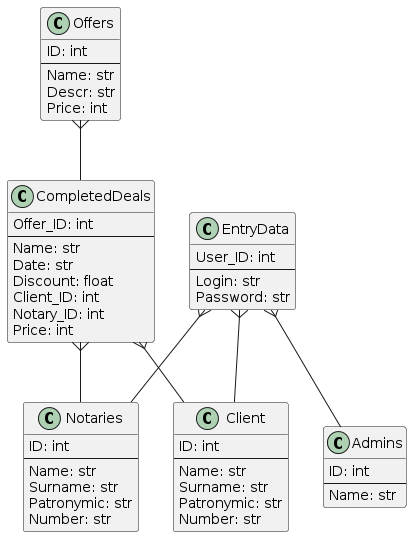
The PlantUML diagram Diagrams/images/ER_D/ER.png in Student7751/CourseWork, before a commit. Its diagram source:
```plantuml
@startuml
class Client{
    ID: int
    --
    Name: str
    Surname: str
    Patronymic: str
    Number: str
}

class Offers{
    ID: int
    --
    Name: str
    Descr: str
    Price: int
}
class Admins{
    ID: int
    --
    Name: str
}
class Notaries{
    ID: int
    --
    Name: str
    Surname: str
    Patronymic: str
    Number: str
}

class CompletedDeals{
    Offer_ID: int
    --
    Name: str
    Date: str
    Discount: float
    Client_ID: int
    Notary_ID: int
    Price: int
}

class EntryData{
    User_ID: int
    --
    Login: str
    Password: str
}

EntryData }-- Client
EntryData }-- Notaries
EntryData }-- Admins

Offers }-- CompletedDeals
CompletedDeals }-- Client
CompletedDeals }-- Notaries
@enduml
```
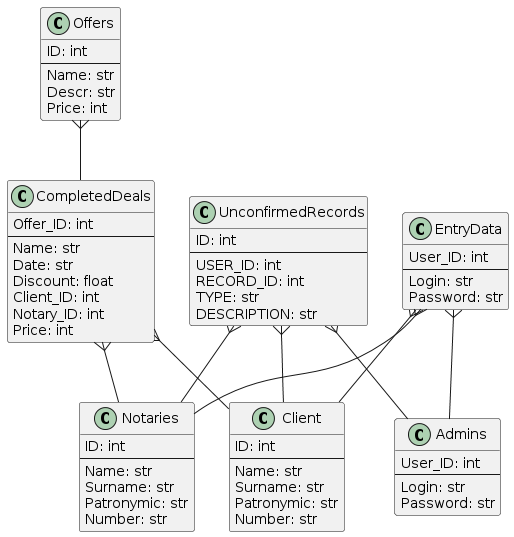
Later version of the same file.

Commit message:
Изменены диаграммы

What changed in the source:
```diff
@@ -15,11 +15,7 @@
     Descr: str
     Price: int
 }
-class Admins{
-    ID: int
-    --
-    Name: str
-}
+
 class Notaries{
     ID: int
     --
@@ -47,11 +43,29 @@
     Password: str
 }
 
+class Admins{
+    User_ID: int
+    --
+    Login: str
+    Password: str
+}
+
+class UnconfirmedRecords{
+    ID: int
+    --
+    USER_ID: int
+    RECORD_ID: int
+    TYPE: str
+    DESCRIPTION: str
+}
+
 EntryData }-- Client
 EntryData }-- Notaries
 EntryData }-- Admins
-
 Offers }-- CompletedDeals
 CompletedDeals }-- Client
 CompletedDeals }-- Notaries
+UnconfirmedRecords }-- Admins
+UnconfirmedRecords }-- Client
+UnconfirmedRecords }-- Notaries
 @enduml
```
